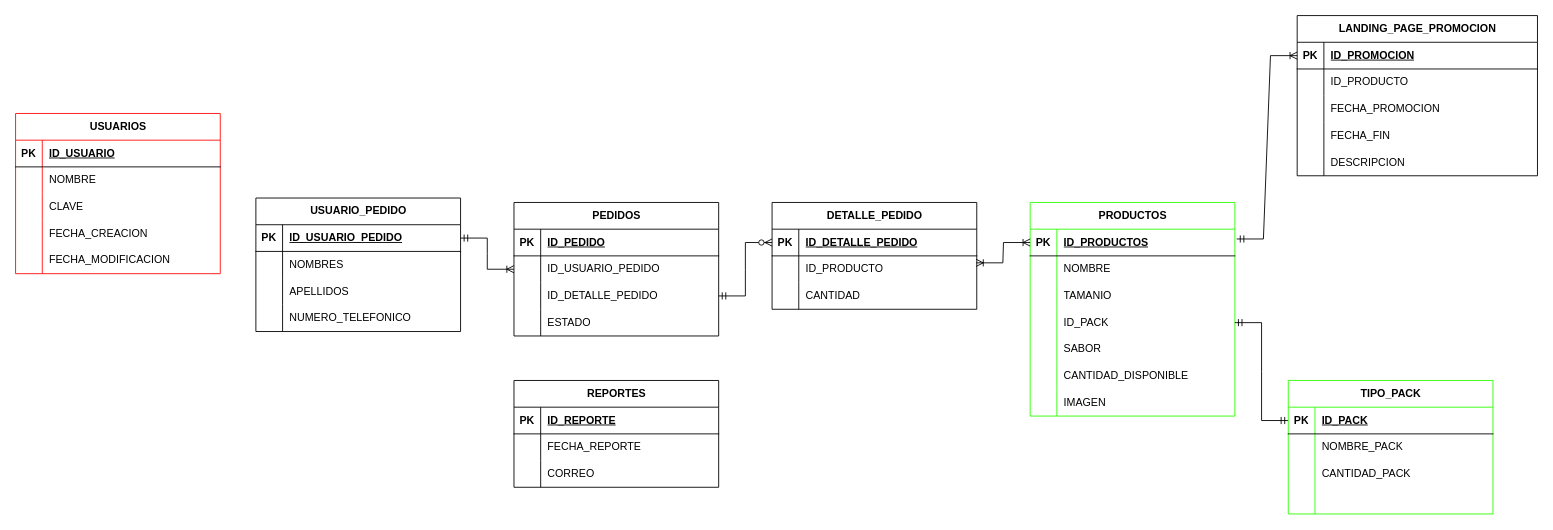
DavidSantana872/GBar keeps this draw.io diagram as backend/DB_Entidad_Relacion.drawio. Above is the earlier version. Source tidied: cells renumbered, new cells numbered last; positions are measured from the earlier drawing's top-left corner, leaving out a move shared by most shapes. Both pictures are drawn from the tidied source at 89%, with x=0, y=0 at pixel (15, 15).
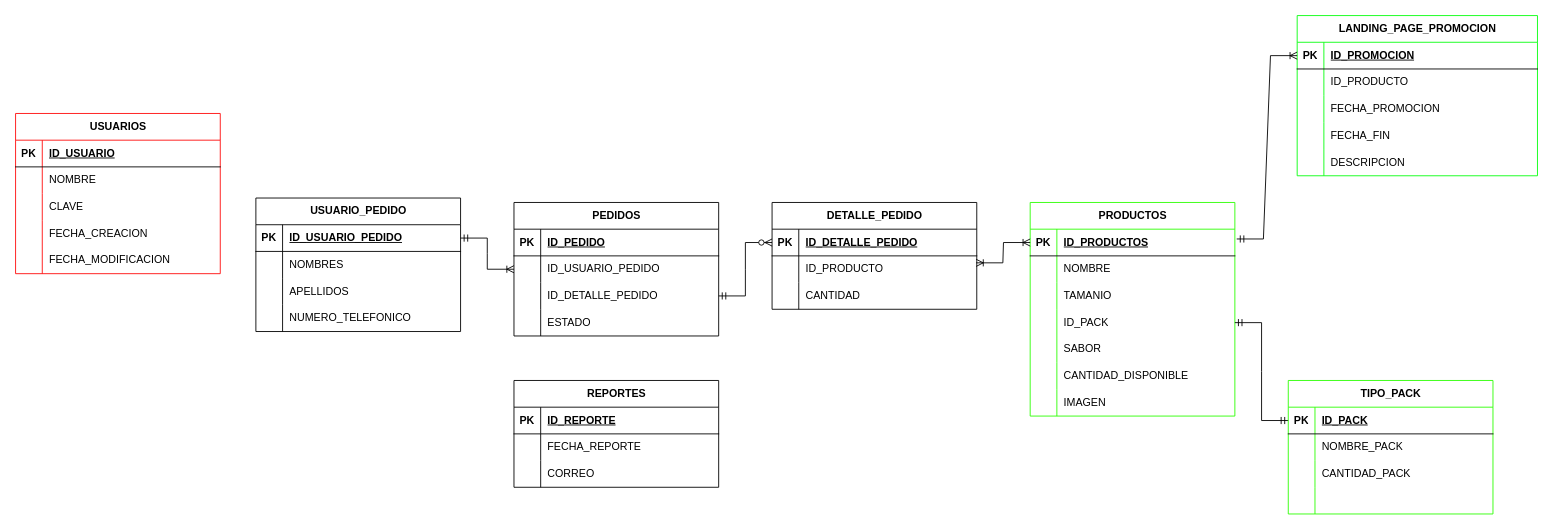
Above is the later version.

Change to the diagram source:
```diff
@@
-    <mxCell id="67" value="LANDING_PAGE_PROMOCION" style="shape=table;startSize=30;childLayout=tableLayout;rowLines=0;fontStyle=1;align=center;html=1;" parent="1" vertex="1">
+    <mxCell id="67" value="LANDING_PAGE_PROMOCION" style="shape=table;startSize=30;childLayout=tableLayout;rowLines=0;fontStyle=1;align=center;html=1;strokeColor=#05FF0D;" parent="1" vertex="1">
       <mxGeometry x="1440" width="270" height="180" as="geometry" />
     </mxCell>
```
